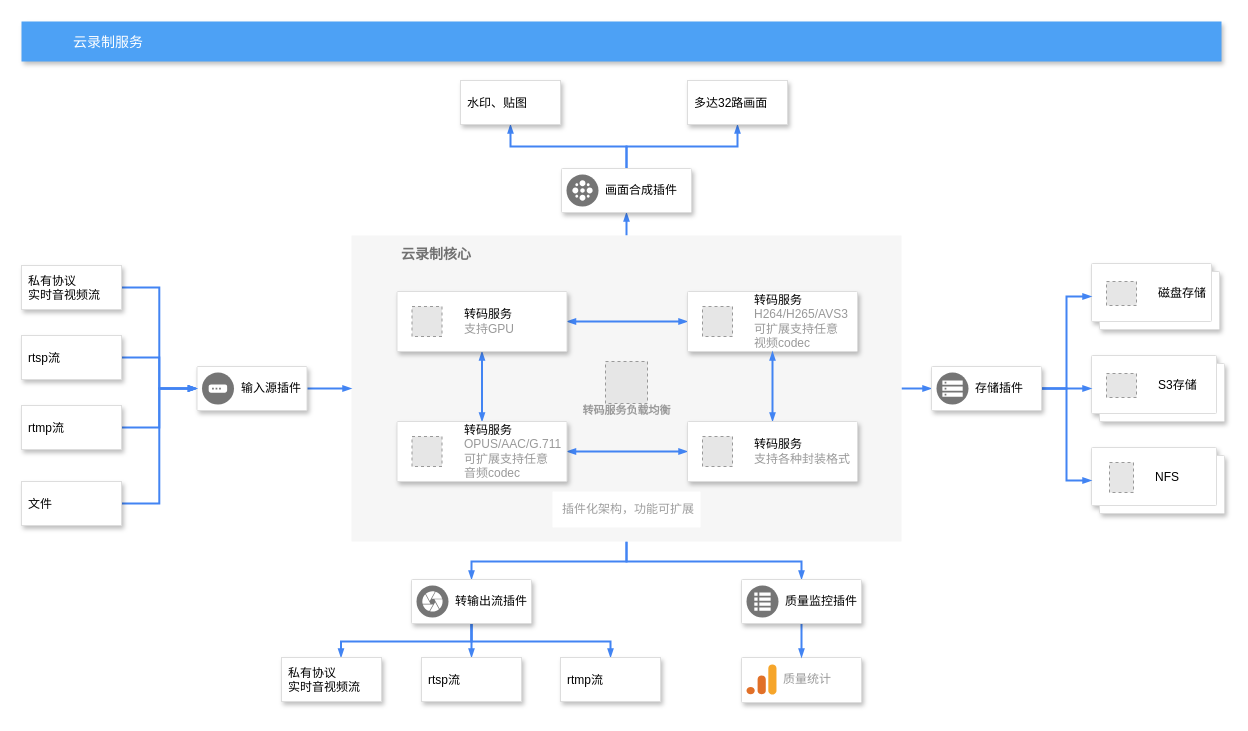
This is 云录制.drawio from shushenghong/test, a draw.io file, before an edit. Source tidied: cells renumbered, new cells numbered last; positions are measured from the earlier drawing's top-left corner, leaving out a move shared by most shapes. Both pictures are drawn from the tidied source at 100%, with x=0, y=0 at pixel (21, 21). Pictures stored in the file or linked from it are replaced by grey dashed boxes.
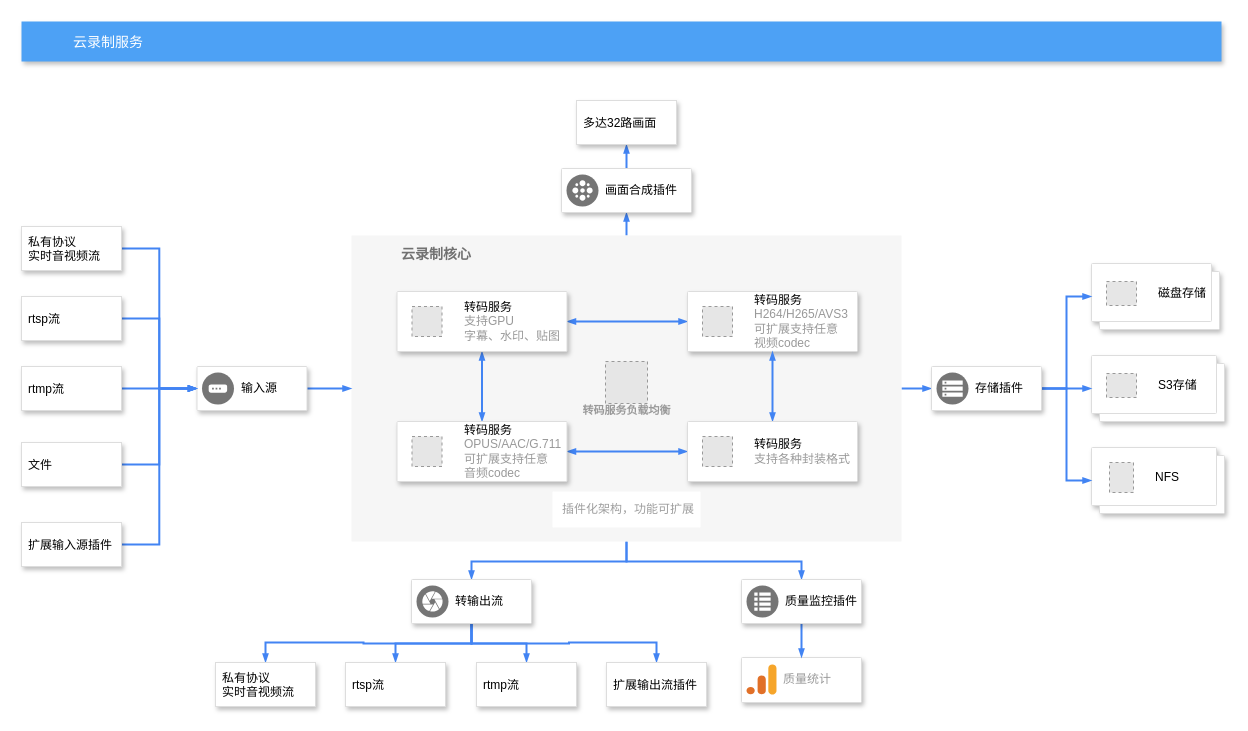
After the change.

Commit message:
更新云录制.drawio

The change refers to these unchanged cells:
```xml
<mxCell id="10" style="strokeColor=#dddddd;shadow=1;strokeWidth=1;rounded=1;absoluteArcSize=1;arcSize=2;" parent="1" vertex="1">
  <mxGeometry x="375.5" y="270" width="170" height="60" as="geometry" />
</mxCell>
<mxCell id="17" style="strokeColor=#dddddd;shadow=1;strokeWidth=1;rounded=1;absoluteArcSize=1;arcSize=2;" parent="1" vertex="1">
  <mxGeometry x="175.5" y="345" width="110" height="44" as="geometry" />
</mxCell>
<mxCell id="44" style="strokeColor=#dddddd;shadow=1;strokeWidth=1;rounded=1;absoluteArcSize=1;arcSize=2;" parent="1" vertex="1">
  <mxGeometry x="390" y="558" width="120" height="44" as="geometry" />
</mxCell>
<mxCell id="59" style="strokeColor=#dddddd;shadow=1;strokeWidth=1;rounded=1;absoluteArcSize=1;arcSize=2;fontFamily=Helvetica;fontSize=12;fontColor=default;" parent="1" vertex="1">
  <mxGeometry x="540" y="147" width="130" height="44" as="geometry" />
</mxCell>
```

Change to the diagram source:
```diff
@@
-    <mxCell id="11" value="&lt;font color=&quot;#000000&quot;&gt;转码服务&lt;/font&gt;&lt;br&gt;支持GPU" style="fillColor=#E6E6E6;strokeColor=#999999;dashed=1;html=1;fontColor=#999999;verticalLabelPosition=middle;labelBackgroundColor=#ffffff;verticalAlign=middle;labelPosition=right;align=left;spacingLeft=20;" parent="10" vertex="1">
+    <mxCell id="11" value="&lt;font color=&quot;#000000&quot;&gt;转码服务&lt;/font&gt;&lt;br&gt;支持GPU&lt;br&gt;字幕、水印、贴图" style="fillColor=#E6E6E6;strokeColor=#999999;dashed=1;html=1;fontColor=#999999;verticalLabelPosition=middle;labelBackgroundColor=#ffffff;verticalAlign=middle;labelPosition=right;align=left;spacingLeft=20;" parent="10" vertex="1">
       <mxGeometry width="30" height="30" relative="1" as="geometry">
         <mxPoint x="15" y="15" as="offset" />
       </mxGeometry>
     </mxCell>
@@
     <mxCell id="13" value="私有协议&#10;实时音视频流" style="dashed=0;strokeColor=#dddddd;shadow=1;strokeWidth=1;labelPosition=center;verticalLabelPosition=middle;align=left;verticalAlign=middle;spacingLeft=5;fontSize=12;" parent="1" vertex="1">
-      <mxGeometry y="244" width="100" height="44" as="geometry" />
+      <mxGeometry y="205" width="100" height="44" as="geometry" />
     </mxCell>
@@
     <mxCell id="15" value="rtsp流" style="dashed=0;strokeColor=#dddddd;shadow=1;strokeWidth=1;labelPosition=center;verticalLabelPosition=middle;align=left;verticalAlign=middle;spacingLeft=5;fontSize=12;" parent="1" vertex="1">
-      <mxGeometry y="314" width="100" height="44" as="geometry" />
+      <mxGeometry y="275" width="100" height="44" as="geometry" />
     </mxCell>
@@
-    <mxCell id="18" value="输入源插件" style="sketch=0;dashed=0;html=1;fillColor=#757575;strokeColor=none;shape=mxgraph.gcp2.gateway;labelPosition=right;verticalLabelPosition=middle;align=left;verticalAlign=middle;spacingLeft=5;fontSize=12;" parent="17" vertex="1">
+    <mxCell id="18" value="输入源" style="sketch=0;dashed=0;html=1;fillColor=#757575;strokeColor=none;shape=mxgraph.gcp2.gateway;labelPosition=right;verticalLabelPosition=middle;align=left;verticalAlign=middle;spacingLeft=5;fontSize=12;" parent="17" vertex="1">
       <mxGeometry y="0.5" width="32" height="32" relative="1" as="geometry">
         <mxPoint x="5" y="-16" as="offset" />
       </mxGeometry>
     </mxCell>
@@
     <mxCell id="20" value="rtmp流" style="dashed=0;strokeColor=#dddddd;shadow=1;strokeWidth=1;labelPosition=center;verticalLabelPosition=middle;align=left;verticalAlign=middle;spacingLeft=5;fontSize=12;" parent="1" vertex="1">
-      <mxGeometry y="384" width="100" height="44" as="geometry" />
+      <mxGeometry y="345" width="100" height="44" as="geometry" />
     </mxCell>
@@
-    <mxCell id="41" style="edgeStyle=orthogonalEdgeStyle;shape=connector;rounded=0;jettySize=auto;html=1;exitX=0.5;exitY=1;exitDx=0;exitDy=0;entryX=0.595;entryY=0;entryDx=0;entryDy=0;entryPerimeter=0;dashed=0;labelBackgroundColor=none;strokeColor=#4284F3;strokeWidth=2;fontFamily=Helvetica;fontSize=12;fontColor=default;startArrow=none;startFill=0;endArrow=blockThin;endFill=1;startSize=4;endSize=4;" parent="1" edge="1" source="44" target="46">
-      <mxGeometry relative="1" as="geometry">
-        <Array as="points">
-          <mxPoint x="450" y="620" />
-          <mxPoint x="320" y="620" />
-        </Array>
-      </mxGeometry>
+    <mxCell id="41" style="edgeStyle=orthogonalEdgeStyle;shape=connector;rounded=0;jettySize=auto;html=1;exitX=0.5;exitY=1;exitDx=0;exitDy=0;entryX=0.5;entryY=0;entryDx=0;entryDy=0;dashed=0;labelBackgroundColor=none;strokeColor=#4284F3;strokeWidth=2;fontFamily=Helvetica;fontSize=12;fontColor=default;startArrow=none;startFill=0;endArrow=blockThin;endFill=1;startSize=4;endSize=4;" parent="1" edge="1" source="44" target="46">
+      <mxGeometry relative="1" as="geometry" />
     </mxCell>
-    <mxCell id="42" style="edgeStyle=orthogonalEdgeStyle;shape=connector;rounded=0;jettySize=auto;html=1;dashed=0;labelBackgroundColor=none;strokeColor=#4284F3;strokeWidth=2;fontFamily=Helvetica;fontSize=12;fontColor=default;startArrow=none;startFill=0;endArrow=blockThin;endFill=1;startSize=4;endSize=4;" parent="1" edge="1" source="44" target="47">
+    <mxCell id="42" style="edgeStyle=orthogonalEdgeStyle;shape=connector;rounded=0;jettySize=auto;html=1;exitX=0.5;exitY=1;exitDx=0;exitDy=0;entryX=0.5;entryY=0;entryDx=0;entryDy=0;dashed=0;labelBackgroundColor=none;strokeColor=#4284F3;strokeWidth=2;fontFamily=Helvetica;fontSize=12;fontColor=default;startArrow=none;startFill=0;endArrow=blockThin;endFill=1;startSize=4;endSize=4;" parent="1" edge="1" source="44" target="47">
       <mxGeometry relative="1" as="geometry" />
     </mxCell>
-    <mxCell id="43" style="edgeStyle=orthogonalEdgeStyle;shape=connector;rounded=0;jettySize=auto;html=1;entryX=0.5;entryY=0;entryDx=0;entryDy=0;dashed=0;labelBackgroundColor=none;strokeColor=#4284F3;strokeWidth=2;fontFamily=Helvetica;fontSize=12;fontColor=default;startArrow=none;startFill=0;endArrow=blockThin;endFill=1;startSize=4;endSize=4;exitX=0.5;exitY=1;exitDx=0;exitDy=0;" parent="1" edge="1" source="44" target="48">
-      <mxGeometry relative="1" as="geometry">
-        <Array as="points">
-          <mxPoint x="450" y="620" />
-          <mxPoint x="589" y="620" />
-        </Array>
-      </mxGeometry>
+    <mxCell id="43" style="edgeStyle=orthogonalEdgeStyle;shape=connector;rounded=0;jettySize=auto;html=1;exitX=0.5;exitY=1;exitDx=0;exitDy=0;dashed=0;labelBackgroundColor=none;strokeColor=#4284F3;strokeWidth=2;fontFamily=Helvetica;fontSize=12;fontColor=default;startArrow=none;startFill=0;endArrow=blockThin;endFill=1;startSize=4;endSize=4;" parent="1" edge="1" source="44" target="48">
+      <mxGeometry relative="1" as="geometry" />
     </mxCell>
+    <mxCell id="63" style="edgeStyle=orthogonalEdgeStyle;shape=connector;rounded=0;jettySize=auto;html=1;exitX=0.5;exitY=1;exitDx=0;exitDy=0;entryX=0.5;entryY=0;entryDx=0;entryDy=0;dashed=0;labelBackgroundColor=none;strokeColor=#4284F3;strokeWidth=2;fontFamily=Helvetica;fontSize=12;fontColor=default;startArrow=none;startFill=0;endArrow=blockThin;endFill=1;startSize=4;endSize=4;" parent="1" edge="1" source="44" target="66">
+      <mxGeometry relative="1" as="geometry" />
+    </mxCell>
@@
-    <mxCell id="45" value="转输出流插件" style="sketch=0;dashed=0;html=1;fillColor=#757575;strokeColor=none;shape=mxgraph.gcp2.image_services;labelPosition=right;verticalLabelPosition=middle;align=left;verticalAlign=middle;spacingLeft=5;fontSize=12;" parent="44" vertex="1">
+    <mxCell id="45" value="转输出流" style="sketch=0;dashed=0;html=1;fillColor=#757575;strokeColor=none;shape=mxgraph.gcp2.image_services;labelPosition=right;verticalLabelPosition=middle;align=left;verticalAlign=middle;spacingLeft=5;fontSize=12;" parent="44" vertex="1">
       <mxGeometry y="0.5" width="32" height="32" relative="1" as="geometry">
         <mxPoint x="5" y="-16" as="offset" />
       </mxGeometry>
     </mxCell>
     <mxCell id="46" value="私有协议&#10;实时音视频流" style="dashed=0;strokeColor=#dddddd;shadow=1;strokeWidth=1;labelPosition=center;verticalLabelPosition=middle;align=left;verticalAlign=middle;spacingLeft=5;fontSize=12;" parent="1" vertex="1">
-      <mxGeometry x="260" y="636" width="100" height="44" as="geometry" />
+      <mxGeometry x="194" y="641" width="100" height="44" as="geometry" />
     </mxCell>
     <mxCell id="47" value="rtsp流" style="dashed=0;strokeColor=#dddddd;shadow=1;strokeWidth=1;labelPosition=center;verticalLabelPosition=middle;align=left;verticalAlign=middle;spacingLeft=5;fontSize=12;" parent="1" vertex="1">
-      <mxGeometry x="400" y="636" width="100" height="44" as="geometry" />
+      <mxGeometry x="324" y="641" width="100" height="44" as="geometry" />
     </mxCell>
     <mxCell id="48" value="rtmp流" style="dashed=0;strokeColor=#dddddd;shadow=1;strokeWidth=1;labelPosition=center;verticalLabelPosition=middle;align=left;verticalAlign=middle;spacingLeft=5;fontSize=12;" parent="1" vertex="1">
-      <mxGeometry x="539" y="636" width="100" height="44" as="geometry" />
+      <mxGeometry x="455" y="641" width="100" height="44" as="geometry" />
     </mxCell>
@@
     <mxCell id="56" value="文件" style="dashed=0;strokeColor=#dddddd;shadow=1;strokeWidth=1;labelPosition=center;verticalLabelPosition=middle;align=left;verticalAlign=middle;spacingLeft=5;fontSize=12;" parent="1" vertex="1">
-      <mxGeometry y="460" width="100" height="44" as="geometry" />
+      <mxGeometry y="421" width="100" height="44" as="geometry" />
     </mxCell>
-    <mxCell id="57" style="edgeStyle=orthogonalEdgeStyle;shape=connector;rounded=0;jettySize=auto;html=1;entryX=0.5;entryY=1;entryDx=0;entryDy=0;dashed=0;labelBackgroundColor=none;strokeColor=#4284F3;strokeWidth=2;fontFamily=Helvetica;fontSize=12;fontColor=default;startArrow=none;startFill=0;endArrow=blockThin;endFill=1;startSize=4;endSize=4;exitX=0.5;exitY=0;exitDx=0;exitDy=0;" parent="1" edge="1" source="59" target="62">
-      <mxGeometry relative="1" as="geometry" />
-    </mxCell>
@@
     <mxCell id="61" value="多达32路画面" style="dashed=0;strokeColor=#dddddd;shadow=1;strokeWidth=1;labelPosition=center;verticalLabelPosition=middle;align=left;verticalAlign=middle;spacingLeft=5;fontSize=12;" parent="1" vertex="1">
-      <mxGeometry x="666" y="59" width="100" height="44" as="geometry" />
+      <mxGeometry x="555" y="79" width="100" height="44" as="geometry" />
     </mxCell>
-    <mxCell id="62" value="水印、贴图" style="dashed=0;strokeColor=#dddddd;shadow=1;strokeWidth=1;labelPosition=center;verticalLabelPosition=middle;align=left;verticalAlign=middle;spacingLeft=5;fontSize=12;" parent="1" vertex="1">
-      <mxGeometry x="439" y="59" width="100" height="44" as="geometry" />
-    </mxCell>
+    <mxCell id="64" style="edgeStyle=orthogonalEdgeStyle;shape=connector;rounded=0;jettySize=auto;html=1;exitX=1;exitY=0.5;exitDx=0;exitDy=0;entryX=0;entryY=0.5;entryDx=0;entryDy=0;dashed=0;labelBackgroundColor=none;strokeColor=#4284F3;strokeWidth=2;fontFamily=Helvetica;fontSize=12;fontColor=default;startArrow=none;startFill=0;endArrow=blockThin;endFill=1;startSize=4;endSize=4;" parent="1" edge="1" source="65" target="17">
+      <mxGeometry relative="1" as="geometry" />
+    </mxCell>
+    <mxCell id="65" value="扩展输入源插件" style="dashed=0;strokeColor=#dddddd;shadow=1;strokeWidth=1;labelPosition=center;verticalLabelPosition=middle;align=left;verticalAlign=middle;spacingLeft=5;fontSize=12;" parent="1" vertex="1">
+      <mxGeometry y="501" width="100" height="44" as="geometry" />
+    </mxCell>
+    <mxCell id="66" value="扩展输出流插件" style="dashed=0;strokeColor=#dddddd;shadow=1;strokeWidth=1;labelPosition=center;verticalLabelPosition=middle;align=left;verticalAlign=middle;spacingLeft=5;fontSize=12;" parent="1" vertex="1">
+      <mxGeometry x="585" y="641" width="100" height="44" as="geometry" />
+    </mxCell>
```
